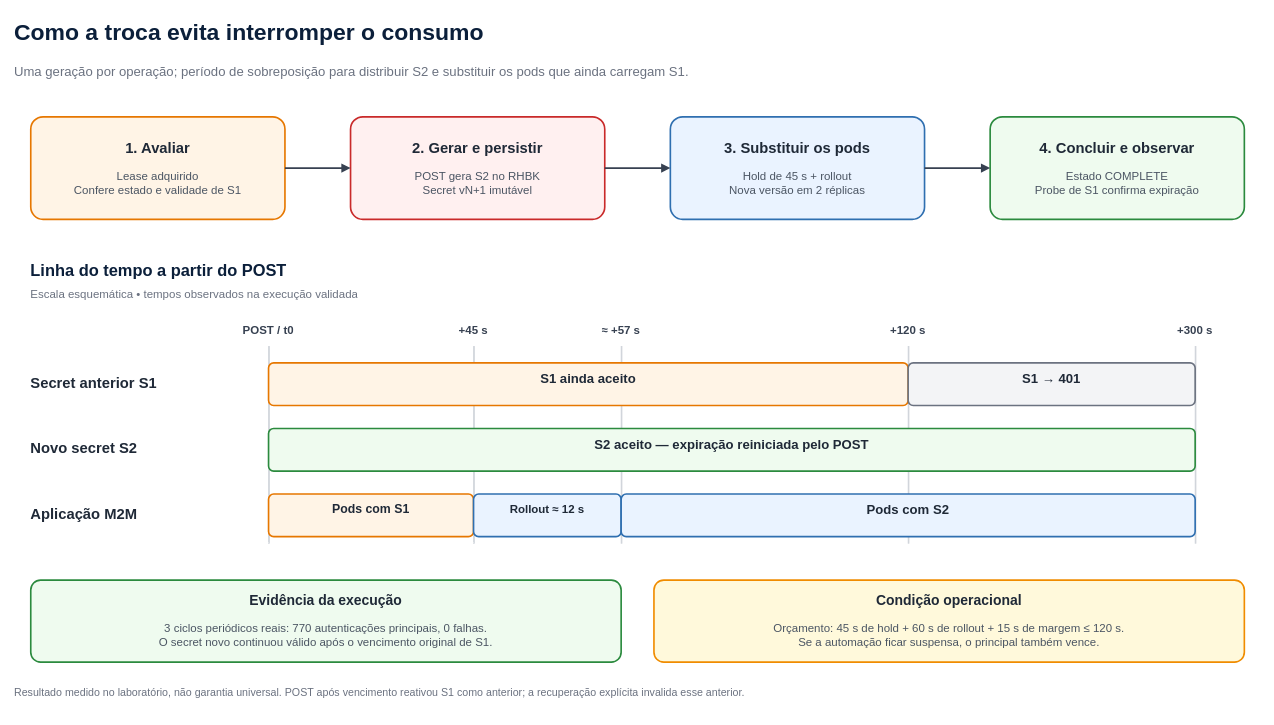
Before: page "02 — Sequência e tempos da demonstração" (2 of 2) of docs/diagramas/arquitetura-rotacao-externa.drawio in csfreitas/rhbk-client-secret-rotation, a draw.io diagram. Source tidied: cells renumbered, new cells numbered last; positions are measured from the earlier drawing's top-left corner, leaving out a move shared by most shapes. Both pictures are drawn from the tidied source at 82%, with x=0, y=0 at pixel (14, 14).
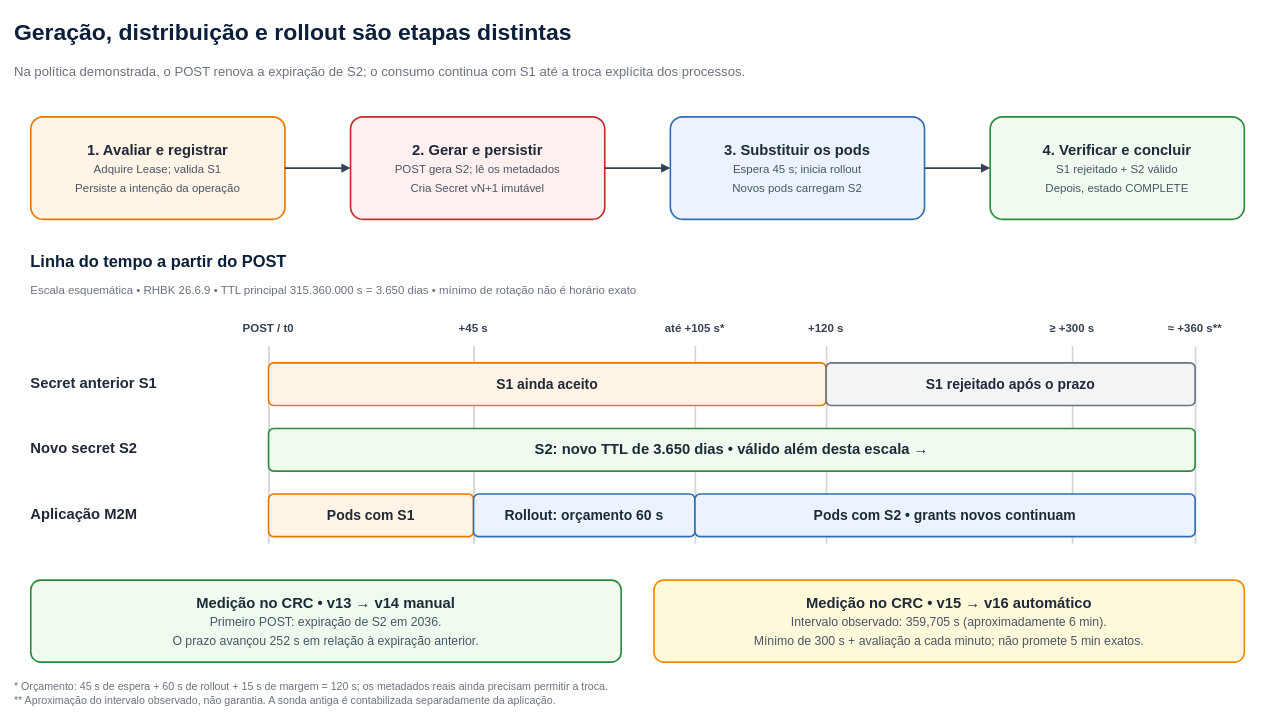
The same page after the edit.

The edit, as a diff of the source:
```diff
@@
-    <mxCell id="2" value="Como a troca evita interromper o consumo" style="text;html=1;strokeColor=none;fillColor=none;whiteSpace=wrap;overflow=hidden;align=left;verticalAlign=middle;fontSize=28;fontColor=#0B1F3A;fontStyle=1;spacing=0;" parent="1" vertex="1">
+    <mxCell id="2" value="Geração, distribuição e rollout são etapas distintas" style="text;html=1;strokeColor=none;fillColor=none;whiteSpace=wrap;overflow=hidden;align=left;verticalAlign=middle;fontSize=28;fontColor=#0B1F3A;fontStyle=1;spacing=0;" parent="1" vertex="1">
       <mxGeometry width="1520" height="44" as="geometry" />
     </mxCell>
-    <mxCell id="3" value="Uma geração por operação; período de sobreposição para distribuir S2 e substituir os pods que ainda carregam S1." style="text;html=1;strokeColor=none;fillColor=none;whiteSpace=wrap;overflow=hidden;align=left;verticalAlign=middle;fontSize=16;fontColor=#6B7280;fontStyle=0;spacing=0;" parent="1" vertex="1">
+    <mxCell id="3" value="Na política demonstrada, o POST renova a expiração de S2; o consumo continua com S1 até a troca explícita dos processos." style="text;html=1;strokeColor=none;fillColor=none;whiteSpace=wrap;overflow=hidden;align=left;verticalAlign=middle;fontSize=16;fontColor=#6B7280;fontStyle=0;spacing=0;" parent="1" vertex="1">
       <mxGeometry y="52" width="1520" height="35" as="geometry" />
     </mxCell>
-    <mxCell id="4" value="&lt;b&gt;&lt;font style=&quot;font-size:18px&quot;&gt;1. Avaliar&lt;/font&gt;&lt;/b&gt;&lt;br&gt;&lt;br&gt;&lt;font style=&quot;font-size:14px&quot; color=&quot;#4B5563&quot;&gt;Lease adquirido&lt;br&gt;Confere estado e validade de S1&lt;/font&gt;" style="rounded=1;whiteSpace=wrap;html=1;fillColor=#FFF4E6;strokeColor=#E67700;strokeWidth=2;fontColor=#1F2937;spacing=10;arcSize=12;" parent="1" vertex="1">
+    <mxCell id="4" value="&lt;div style=&quot;font-size:18px;line-height:1.25;text-align:center;&quot;&gt;&lt;b&gt;1. Avaliar e registrar&lt;/b&gt;&lt;br&gt;&lt;span style=&quot;font-size:14px;font-weight:normal;color:#4B5563&quot;&gt;Adquire Lease; valida S1&lt;br&gt;Persiste a intenção da operação&lt;/span&gt;&lt;/div&gt;" style="rounded=1;whiteSpace=wrap;html=1;fillColor=#FFF4E6;strokeColor=#E67700;strokeWidth=2;fontColor=#1F2937;spacing=10;arcSize=12;" parent="1" vertex="1">
       <mxGeometry x="20" y="125" width="310" height="125" as="geometry" />
     </mxCell>
-    <mxCell id="5" value="&lt;b&gt;&lt;font style=&quot;font-size:18px&quot;&gt;2. Gerar e persistir&lt;/font&gt;&lt;/b&gt;&lt;br&gt;&lt;br&gt;&lt;font style=&quot;font-size:14px&quot; color=&quot;#4B5563&quot;&gt;POST gera S2 no RHBK&lt;br&gt;Secret vN+1 imutável&lt;/font&gt;" style="rounded=1;whiteSpace=wrap;html=1;fillColor=#FFF0F0;strokeColor=#C92A2A;strokeWidth=2;fontColor=#1F2937;spacing=10;arcSize=12;" parent="1" vertex="1">
+    <mxCell id="5" value="&lt;div style=&quot;font-size:18px;line-height:1.25;text-align:center;&quot;&gt;&lt;b&gt;2. Gerar e persistir&lt;/b&gt;&lt;br&gt;&lt;span style=&quot;font-size:14px;font-weight:normal;color:#4B5563&quot;&gt;POST gera S2; lê os metadados&lt;br&gt;Cria Secret vN+1 imutável&lt;/span&gt;&lt;/div&gt;" style="rounded=1;whiteSpace=wrap;html=1;fillColor=#FFF0F0;strokeColor=#C92A2A;strokeWidth=2;fontColor=#1F2937;spacing=10;arcSize=12;" parent="1" vertex="1">
       <mxGeometry x="410" y="125" width="310" height="125" as="geometry" />
     </mxCell>
-    <mxCell id="6" value="&lt;b&gt;&lt;font style=&quot;font-size:18px&quot;&gt;3. Substituir os pods&lt;/font&gt;&lt;/b&gt;&lt;br&gt;&lt;br&gt;&lt;font style=&quot;font-size:14px&quot; color=&quot;#4B5563&quot;&gt;Hold de 45 s + rollout&lt;br&gt;Nova versão em 2 réplicas&lt;/font&gt;" style="rounded=1;whiteSpace=wrap;html=1;fillColor=#EAF3FF;strokeColor=#2F6FB0;strokeWidth=2;fontColor=#1F2937;spacing=10;arcSize=12;" parent="1" vertex="1">
+    <mxCell id="6" value="&lt;div style=&quot;font-size:18px;line-height:1.25;text-align:center;&quot;&gt;&lt;b&gt;3. Substituir os pods&lt;/b&gt;&lt;br&gt;&lt;span style=&quot;font-size:14px;font-weight:normal;color:#4B5563&quot;&gt;Espera 45 s; inicia rollout&lt;br&gt;Novos pods carregam S2&lt;/span&gt;&lt;/div&gt;" style="rounded=1;whiteSpace=wrap;html=1;fillColor=#EAF3FF;strokeColor=#2F6FB0;strokeWidth=2;fontColor=#1F2937;spacing=10;arcSize=12;" parent="1" vertex="1">
       <mxGeometry x="800" y="125" width="310" height="125" as="geometry" />
     </mxCell>
-    <mxCell id="7" value="&lt;b&gt;&lt;font style=&quot;font-size:18px&quot;&gt;4. Concluir e observar&lt;/font&gt;&lt;/b&gt;&lt;br&gt;&lt;br&gt;&lt;font style=&quot;font-size:14px&quot; color=&quot;#4B5563&quot;&gt;Estado COMPLETE&lt;br&gt;Probe de S1 confirma expiração&lt;/font&gt;" style="rounded=1;whiteSpace=wrap;html=1;fillColor=#EFFBEF;strokeColor=#2B8A3E;strokeWidth=2;fontColor=#1F2937;spacing=10;arcSize=12;" parent="1" vertex="1">
+    <mxCell id="7" value="&lt;div style=&quot;font-size:18px;line-height:1.25;text-align:center;&quot;&gt;&lt;b&gt;4. Verificar e concluir&lt;/b&gt;&lt;br&gt;&lt;span style=&quot;font-size:14px;font-weight:normal;color:#4B5563&quot;&gt;S1 rejeitado + S2 válido&lt;br&gt;Depois, estado COMPLETE&lt;/span&gt;&lt;/div&gt;" style="rounded=1;whiteSpace=wrap;html=1;fillColor=#EFFBEF;strokeColor=#2B8A3E;strokeWidth=2;fontColor=#1F2937;spacing=10;arcSize=12;" parent="1" vertex="1">
       <mxGeometry x="1190" y="125" width="310" height="125" as="geometry" />
     </mxCell>
@@
     <mxCell id="11" value="Linha do tempo a partir do POST" style="text;html=1;strokeColor=none;fillColor=none;whiteSpace=wrap;overflow=hidden;align=left;verticalAlign=middle;fontSize=20;fontColor=#0B1F3A;fontStyle=1;spacing=0;" parent="1" vertex="1">
-      <mxGeometry x="20" y="295" width="1000" height="32" as="geometry" />
+      <mxGeometry x="20" y="285" width="1100" height="32" as="geometry" />
     </mxCell>
-    <mxCell id="12" value="Escala esquemática • tempos observados na execução validada" style="text;html=1;strokeColor=none;fillColor=none;whiteSpace=wrap;overflow=hidden;align=left;verticalAlign=middle;fontSize=14;fontColor=#6B7280;fontStyle=0;spacing=0;" parent="1" vertex="1">
-      <mxGeometry x="20" y="330" width="1300" height="24" as="geometry" />
+    <mxCell id="12" value="Escala esquemática • RHBK 26.6.9 • TTL principal 315.360.000 s = 3.650 dias • mínimo de rotação não é horário exato" style="text;html=1;strokeColor=none;fillColor=none;whiteSpace=wrap;overflow=hidden;align=left;verticalAlign=middle;fontSize=14;fontColor=#6B7280;fontStyle=0;spacing=0;" parent="1" vertex="1">
+      <mxGeometry x="20" y="323" width="1480" height="28" as="geometry" />
     </mxCell>
     <mxCell id="13" value="POST / t0" style="text;html=1;strokeColor=none;fillColor=none;whiteSpace=wrap;overflow=hidden;align=center;verticalAlign=middle;fontSize=14;fontColor=#374151;fontStyle=1;spacing=0;" parent="1" vertex="1">
-      <mxGeometry x="250" y="372" width="120" height="25" as="geometry" />
+      <mxGeometry x="235" y="370" width="150" height="25" as="geometry" />
     </mxCell>
@@
     <mxCell id="15" value="+45 s" style="text;html=1;strokeColor=none;fillColor=none;whiteSpace=wrap;overflow=hidden;align=center;verticalAlign=middle;fontSize=14;fontColor=#374151;fontStyle=1;spacing=0;" parent="1" vertex="1">
-      <mxGeometry x="500" y="372" width="120" height="25" as="geometry" />
+      <mxGeometry x="485" y="370" width="150" height="25" as="geometry" />
     </mxCell>
@@
-    <mxCell id="17" value="≈ +57 s" style="text;html=1;strokeColor=none;fillColor=none;whiteSpace=wrap;overflow=hidden;align=center;verticalAlign=middle;fontSize=14;fontColor=#374151;fontStyle=1;spacing=0;" parent="1" vertex="1">
-      <mxGeometry x="680" y="372" width="120" height="25" as="geometry" />
+    <mxCell id="17" value="até +105 s*" style="text;html=1;strokeColor=none;fillColor=none;whiteSpace=wrap;overflow=hidden;align=center;verticalAlign=middle;fontSize=14;fontColor=#374151;fontStyle=1;spacing=0;" parent="1" vertex="1">
+      <mxGeometry x="755" y="370" width="150" height="25" as="geometry" />
     </mxCell>
     <mxCell id="18" style="strokeColor=#D1D5DB;fillColor=#D1D5DB;" parent="1" vertex="1">
-      <mxGeometry x="740" y="405" width="1" height="240" as="geometry" />
+      <mxGeometry x="830" y="405" width="1" height="240" as="geometry" />
     </mxCell>
     <mxCell id="19" value="+120 s" style="text;html=1;strokeColor=none;fillColor=none;whiteSpace=wrap;overflow=hidden;align=center;verticalAlign=middle;fontSize=14;fontColor=#374151;fontStyle=1;spacing=0;" parent="1" vertex="1">
-      <mxGeometry x="1030" y="372" width="120" height="25" as="geometry" />
+      <mxGeometry x="915" y="370" width="150" height="25" as="geometry" />
     </mxCell>
     <mxCell id="20" style="strokeColor=#D1D5DB;fillColor=#D1D5DB;" parent="1" vertex="1">
-      <mxGeometry x="1090" y="405" width="1" height="240" as="geometry" />
+      <mxGeometry x="990" y="405" width="1" height="240" as="geometry" />
     </mxCell>
-    <mxCell id="21" value="+300 s" style="text;html=1;strokeColor=none;fillColor=none;whiteSpace=wrap;overflow=hidden;align=center;verticalAlign=middle;fontSize=14;fontColor=#374151;fontStyle=1;spacing=0;" parent="1" vertex="1">
-      <mxGeometry x="1380" y="372" width="120" height="25" as="geometry" />
+    <mxCell id="21" value="≥ +300 s" style="text;html=1;strokeColor=none;fillColor=none;whiteSpace=wrap;overflow=hidden;align=center;verticalAlign=middle;fontSize=14;fontColor=#374151;fontStyle=1;spacing=0;" parent="1" vertex="1">
+      <mxGeometry x="1215" y="370" width="150" height="25" as="geometry" />
     </mxCell>
     <mxCell id="22" style="strokeColor=#D1D5DB;fillColor=#D1D5DB;" parent="1" vertex="1">
-      <mxGeometry x="1440" y="405" width="1" height="240" as="geometry" />
+      <mxGeometry x="1290" y="405" width="1" height="240" as="geometry" />
     </mxCell>
+    <mxCell id="35" value="≈ +360 s**" style="text;html=1;strokeColor=none;fillColor=none;whiteSpace=wrap;overflow=hidden;align=center;verticalAlign=middle;fontSize=14;fontColor=#374151;fontStyle=1;spacing=0;" parent="1" vertex="1">
+      <mxGeometry x="1365" y="370" width="150" height="25" as="geometry" />
+    </mxCell>
+    <mxCell id="36" style="strokeColor=#D1D5DB;fillColor=#D1D5DB;" parent="1" vertex="1">
+      <mxGeometry x="1440" y="405" width="1" height="240" as="geometry" />
+    </mxCell>
@@
-    <mxCell id="26" value="&lt;b&gt;&lt;font style=&quot;font-size:16px&quot;&gt;S1 ainda aceito&lt;/font&gt;&lt;/b&gt;&lt;br&gt;&lt;br&gt;&lt;font style=&quot;font-size:14px&quot; color=&quot;#4B5563&quot;&gt;&lt;/font&gt;" style="rounded=1;whiteSpace=wrap;html=1;fillColor=#FFF4E6;strokeColor=#E67700;strokeWidth=2;fontColor=#1F2937;spacing=10;arcSize=12;" parent="1" vertex="1">
-      <mxGeometry x="310" y="425" width="780" height="52" as="geometry" />
+    <mxCell id="26" value="&lt;div style=&quot;font-size:17px;line-height:1.25;text-align:center;&quot;&gt;&lt;b&gt;S1 ainda aceito&lt;/b&gt;&lt;/div&gt;" style="rounded=1;whiteSpace=wrap;html=1;fillColor=#FFF4E6;strokeColor=#E67700;strokeWidth=2;fontColor=#1F2937;spacing=10;arcSize=12;" parent="1" vertex="1">
+      <mxGeometry x="310" y="425" width="680" height="52" as="geometry" />
     </mxCell>
-    <mxCell id="27" value="&lt;b&gt;&lt;font style=&quot;font-size:16px&quot;&gt;S1 → 401&lt;/font&gt;&lt;/b&gt;&lt;br&gt;&lt;br&gt;&lt;font style=&quot;font-size:14px&quot; color=&quot;#4B5563&quot;&gt;&lt;/font&gt;" style="rounded=1;whiteSpace=wrap;html=1;fillColor=#F3F4F6;strokeColor=#6B7280;strokeWidth=2;fontColor=#1F2937;spacing=10;arcSize=12;" parent="1" vertex="1">
-      <mxGeometry x="1090" y="425" width="350" height="52" as="geometry" />
+    <mxCell id="27" value="&lt;div style=&quot;font-size:17px;line-height:1.25;text-align:center;&quot;&gt;&lt;b&gt;S1 rejeitado após o prazo&lt;/b&gt;&lt;/div&gt;" style="rounded=1;whiteSpace=wrap;html=1;fillColor=#F3F4F6;strokeColor=#6B7280;strokeWidth=2;fontColor=#1F2937;spacing=10;arcSize=12;" parent="1" vertex="1">
+      <mxGeometry x="990" y="425" width="450" height="52" as="geometry" />
     </mxCell>
-    <mxCell id="28" value="&lt;b&gt;&lt;font style=&quot;font-size:16px&quot;&gt;S2 aceito — expiração reiniciada pelo POST&lt;/font&gt;&lt;/b&gt;&lt;br&gt;&lt;br&gt;&lt;font style=&quot;font-size:14px&quot; color=&quot;#4B5563&quot;&gt;&lt;/font&gt;" style="rounded=1;whiteSpace=wrap;html=1;fillColor=#EFFBEF;strokeColor=#2B8A3E;strokeWidth=2;fontColor=#1F2937;spacing=10;arcSize=12;" parent="1" vertex="1">
+    <mxCell id="28" value="&lt;div style=&quot;font-size:18px;line-height:1.25;text-align:center;&quot;&gt;&lt;b&gt;S2: novo TTL de 3.650 dias • válido além desta escala →&lt;/b&gt;&lt;/div&gt;" style="rounded=1;whiteSpace=wrap;html=1;fillColor=#EFFBEF;strokeColor=#2B8A3E;strokeWidth=2;fontColor=#1F2937;spacing=10;arcSize=12;" parent="1" vertex="1">
       <mxGeometry x="310" y="505" width="1130" height="52" as="geometry" />
     </mxCell>
-    <mxCell id="29" value="&lt;b&gt;&lt;font style=&quot;font-size:15px&quot;&gt;Pods com S1&lt;/font&gt;&lt;/b&gt;&lt;br&gt;&lt;br&gt;&lt;font style=&quot;font-size:14px&quot; color=&quot;#4B5563&quot;&gt;&lt;/font&gt;" style="rounded=1;whiteSpace=wrap;html=1;fillColor=#FFF4E6;strokeColor=#E67700;strokeWidth=2;fontColor=#1F2937;spacing=10;arcSize=12;" parent="1" vertex="1">
+    <mxCell id="29" value="&lt;div style=&quot;font-size:17px;line-height:1.25;text-align:center;&quot;&gt;&lt;b&gt;Pods com S1&lt;/b&gt;&lt;/div&gt;" style="rounded=1;whiteSpace=wrap;html=1;fillColor=#FFF4E6;strokeColor=#E67700;strokeWidth=2;fontColor=#1F2937;spacing=10;arcSize=12;" parent="1" vertex="1">
       <mxGeometry x="310" y="585" width="250" height="52" as="geometry" />
     </mxCell>
-    <mxCell id="30" value="&lt;b&gt;&lt;font style=&quot;font-size:14px&quot;&gt;Rollout ≈ 12 s&lt;/font&gt;&lt;/b&gt;&lt;br&gt;&lt;br&gt;&lt;font style=&quot;font-size:14px&quot; color=&quot;#4B5563&quot;&gt;&lt;/font&gt;" style="rounded=1;whiteSpace=wrap;html=1;fillColor=#EAF3FF;strokeColor=#2F6FB0;strokeWidth=2;fontColor=#1F2937;spacing=10;arcSize=12;" parent="1" vertex="1">
-      <mxGeometry x="560" y="585" width="180" height="52" as="geometry" />
+    <mxCell id="30" value="&lt;div style=&quot;font-size:17px;line-height:1.25;text-align:center;&quot;&gt;&lt;b&gt;Rollout: orçamento 60 s&lt;/b&gt;&lt;/div&gt;" style="rounded=1;whiteSpace=wrap;html=1;fillColor=#EAF3FF;strokeColor=#2F6FB0;strokeWidth=2;fontColor=#1F2937;spacing=10;arcSize=12;" parent="1" vertex="1">
+      <mxGeometry x="560" y="585" width="270" height="52" as="geometry" />
     </mxCell>
-    <mxCell id="31" value="&lt;b&gt;&lt;font style=&quot;font-size:16px&quot;&gt;Pods com S2&lt;/font&gt;&lt;/b&gt;&lt;br&gt;&lt;br&gt;&lt;font style=&quot;font-size:14px&quot; color=&quot;#4B5563&quot;&gt;&lt;/font&gt;" style="rounded=1;whiteSpace=wrap;html=1;fillColor=#EAF3FF;strokeColor=#2F6FB0;strokeWidth=2;fontColor=#1F2937;spacing=10;arcSize=12;" parent="1" vertex="1">
-      <mxGeometry x="740" y="585" width="700" height="52" as="geometry" />
+    <mxCell id="31" value="&lt;div style=&quot;font-size:17px;line-height:1.25;text-align:center;&quot;&gt;&lt;b&gt;Pods com S2 • grants novos continuam&lt;/b&gt;&lt;/div&gt;" style="rounded=1;whiteSpace=wrap;html=1;fillColor=#EAF3FF;strokeColor=#2F6FB0;strokeWidth=2;fontColor=#1F2937;spacing=10;arcSize=12;" parent="1" vertex="1">
+      <mxGeometry x="830" y="585" width="610" height="52" as="geometry" />
     </mxCell>
-    <mxCell id="32" value="&lt;b&gt;&lt;font style=&quot;font-size:17px&quot;&gt;Evidência da execução&lt;/font&gt;&lt;/b&gt;&lt;br&gt;&lt;br&gt;&lt;font style=&quot;font-size:14px&quot; color=&quot;#4B5563&quot;&gt;3 ciclos periódicos reais: 770 autenticações principais, 0 falhas.&lt;br&gt;O secret novo continuou válido após o vencimento original de S1.&lt;/font&gt;" style="rounded=1;whiteSpace=wrap;html=1;fillColor=#EFFBEF;strokeColor=#2B8A3E;strokeWidth=2;fontColor=#1F2937;spacing=10;arcSize=12;" parent="1" vertex="1">
-      <mxGeometry x="20" y="690" width="720" height="100" as="geometry" />
-    </mxCell>
-    <mxCell id="33" value="&lt;b&gt;&lt;font style=&quot;font-size:17px&quot;&gt;Condição operacional&lt;/font&gt;&lt;/b&gt;&lt;br&gt;&lt;br&gt;&lt;font style=&quot;font-size:14px&quot; color=&quot;#4B5563&quot;&gt;Orçamento: 45 s de hold + 60 s de rollout + 15 s de margem ≤ 120 s.&lt;br&gt;Se a automação ficar suspensa, o principal também vence.&lt;/font&gt;" style="rounded=1;whiteSpace=wrap;html=1;fillColor=#FFF9DB;strokeColor=#F08C00;strokeWidth=2;fontColor=#1F2937;spacing=10;arcSize=12;" parent="1" vertex="1">
-      <mxGeometry x="780" y="690" width="720" height="100" as="geometry" />
-    </mxCell>
+    <mxCell id="37" value="&lt;div style=&quot;font-size:18px;line-height:1.25;text-align:center;&quot;&gt;&lt;b&gt;Medição no CRC • v13 → v14 manual&lt;/b&gt;&lt;br&gt;&lt;span style=&quot;font-size:15px;font-weight:normal;color:#4B5563&quot;&gt;Primeiro POST: expiração de S2 em 2036.&lt;br&gt;O prazo avançou 252 s em relação à expiração anterior.&lt;/span&gt;&lt;/div&gt;" style="rounded=1;whiteSpace=wrap;html=1;fillColor=#EFFBEF;strokeColor=#2B8A3E;strokeWidth=2;fontColor=#1F2937;spacing=10;arcSize=12;" parent="1" vertex="1">
+      <mxGeometry x="20" y="690" width="720" height="100" as="geometry" />
+    </mxCell>
+    <mxCell id="38" value="&lt;div style=&quot;font-size:18px;line-height:1.25;text-align:center;&quot;&gt;&lt;b&gt;Medição no CRC • v15 → v16 automático&lt;/b&gt;&lt;br&gt;&lt;span style=&quot;font-size:15px;font-weight:normal;color:#4B5563&quot;&gt;Intervalo observado: 359,705 s (aproximadamente 6 min).&lt;br&gt;Mínimo de 300 s + avaliação a cada minuto; não promete 5 min exatos.&lt;/span&gt;&lt;/div&gt;" style="rounded=1;whiteSpace=wrap;html=1;fillColor=#FFF9DB;strokeColor=#F08C00;strokeWidth=2;fontColor=#1F2937;spacing=10;arcSize=12;" parent="1" vertex="1">
+      <mxGeometry x="780" y="690" width="720" height="100" as="geometry" />
+    </mxCell>
-    <mxCell id="34" value="Resultado medido no laboratório, não garantia universal. POST após vencimento reativou S1 como anterior; a recuperação explícita invalida esse anterior." style="text;html=1;strokeColor=none;fillColor=none;whiteSpace=wrap;overflow=hidden;align=left;verticalAlign=middle;fontSize=13;fontColor=#6B7280;fontStyle=0;spacing=0;" parent="1" vertex="1">
-      <mxGeometry y="812" width="1520" height="30" as="geometry" />
+    <mxCell id="34" value="* Orçamento: 45 s de espera + 60 s de rollout + 15 s de margem = 120 s; os metadados reais ainda precisam permitir a troca.&#10;** Aproximação do intervalo observado, não garantia. A sonda antiga é contabilizada separadamente da aplicação." style="text;html=1;strokeColor=none;fillColor=none;whiteSpace=wrap;overflow=hidden;align=left;verticalAlign=middle;fontSize=13;fontColor=#6B7280;fontStyle=0;spacing=0;" parent="1" vertex="1">
+      <mxGeometry y="805" width="1520" height="45" as="geometry" />
     </mxCell>
```
